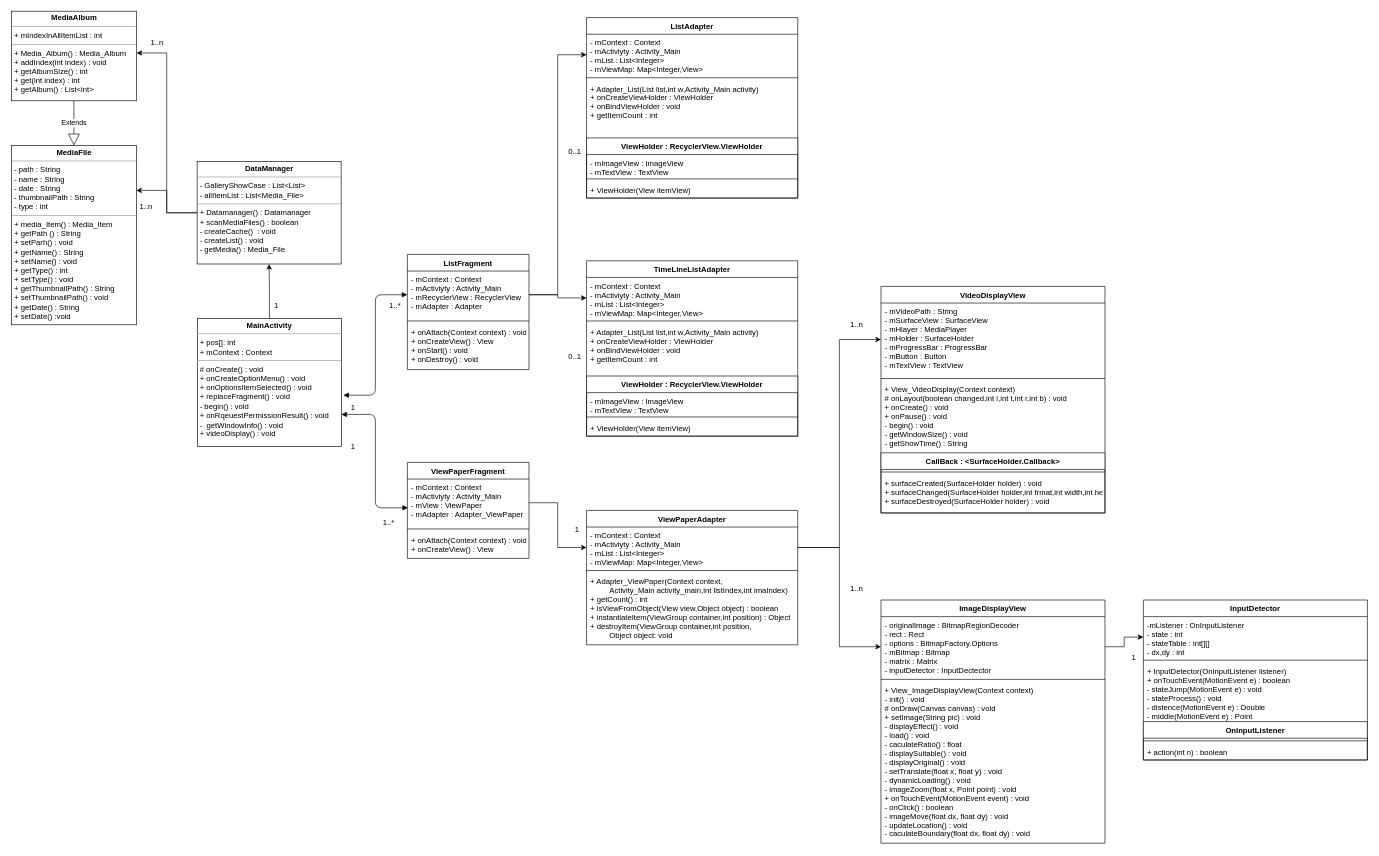
Before: doc/其他文件/TikPic (3).drawio in GalleryDemo/TikPic, a draw.io diagram. Source tidied: cells renumbered, new cells numbered last; positions are measured from the earlier drawing's top-left corner, leaving out a move shared by most shapes. Both pictures are drawn from the tidied source at 64%, with x=0, y=0 at pixel (12, 11).
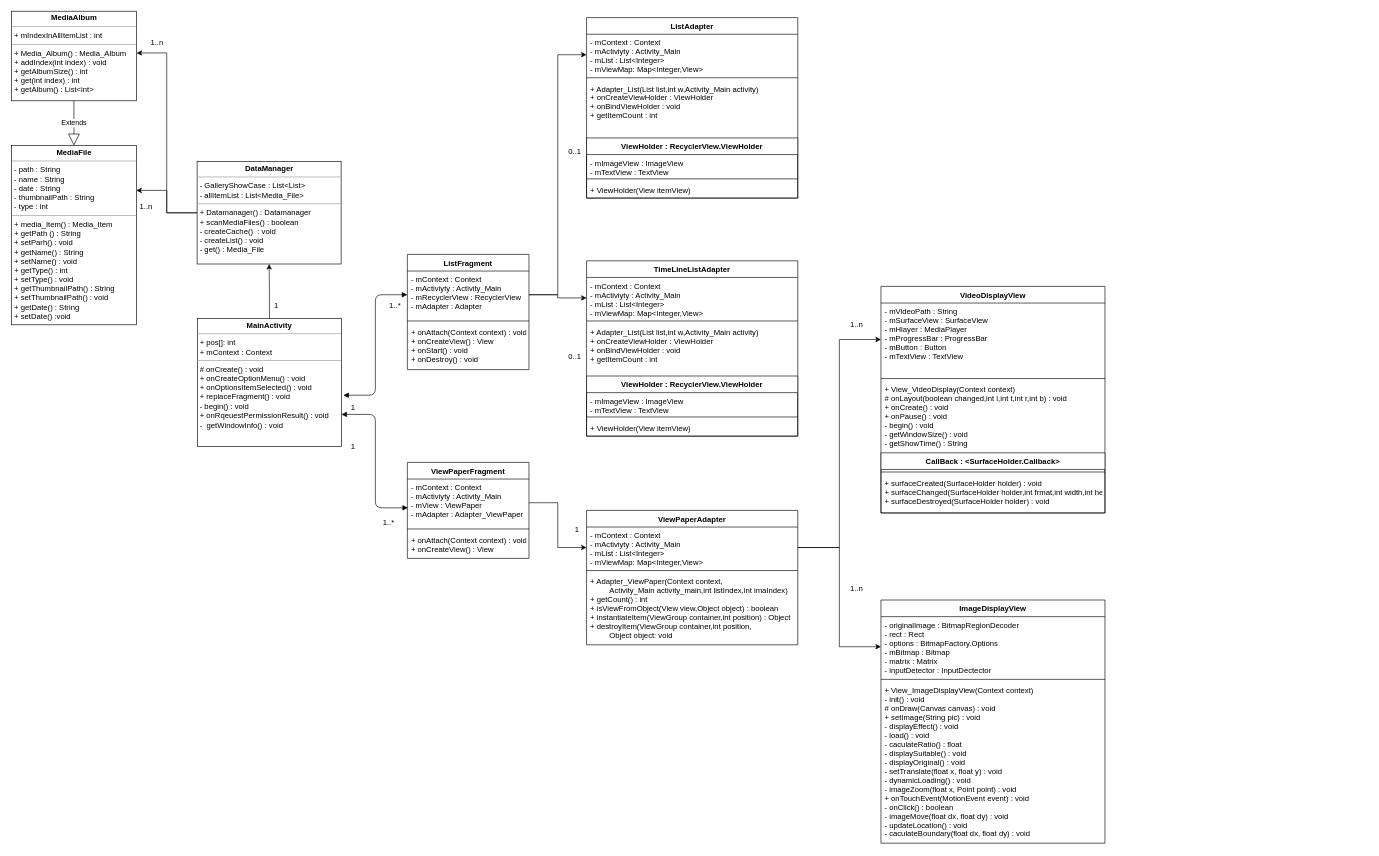
Above is the later version.

The change refers to these unchanged cells:
```xml
<mxCell id="10" value="VideoDisplayView" style="swimlane;fontStyle=1;align=center;verticalAlign=top;horizontal=1;startSize=26;gradientColor=none;swimlaneFillColor=none;fillColor=#FFFFFF;" parent="1" vertex="1">
  <mxGeometry x="1358" y="430" width="350" height="354" as="geometry" />
</mxCell>
<mxCell id="18" value="- originalImage : BitmapRegionDecoder&#10;- rect : Rect&#10;- options : BitmapFactory.Options&#10;- mBitmap : Bitmap&#10;- matrix : Matrix&#10;- inputDetector : InputDectector" style="text;strokeColor=none;fillColor=none;align=left;verticalAlign=top;spacingLeft=4;spacingRight=4;overflow=hidden;points=[[0,0.5],[1,0.5]];portConstraint=eastwest;" parent="17" vertex="1">
  <mxGeometry y="26" width="350" height="94" as="geometry" />
</mxCell>
```

Change to the diagram source:
```diff
@@
-    <mxCell id="11" value="- mVideoPath : String&#10;- mSurfaceView : SurfaceView&#10;- mHlayer : MediaPlayer&#10;- mHolder : SurfaceHolder&#10;- mProgressBar : ProgressBar&#10;- mButton : Button&#10;- mTextView : TextView" style="text;strokeColor=none;fillColor=none;align=left;verticalAlign=top;spacingLeft=4;spacingRight=4;overflow=hidden;points=[[0,0.5],[1,0.5]];portConstraint=eastwest;" parent="10" vertex="1">
+    <mxCell id="11" value="- mVideoPath : String&#10;- mSurfaceView : SurfaceView&#10;- mHlayer : MediaPlayer&#10;- mProgressBar : ProgressBar&#10;- mButton : Button&#10;- mTextView : TextView" style="text;strokeColor=none;fillColor=none;align=left;verticalAlign=top;spacingLeft=4;spacingRight=4;overflow=hidden;points=[[0,0.5],[1,0.5]];portConstraint=eastwest;" parent="10" vertex="1">
       <mxGeometry y="26" width="350" height="114" as="geometry" />
     </mxCell>
@@
-    <mxCell id="21" value="InputDetector" style="swimlane;fontStyle=1;align=center;verticalAlign=top;horizontal=1;startSize=26;gradientColor=none;swimlaneFillColor=none;fillColor=#FFFFFF;" parent="1" vertex="1">
-      <mxGeometry x="1768" y="920" width="350" height="250" as="geometry" />
-    </mxCell>
-    <mxCell id="22" value="-mListener : OnInputListener&#10;- state : int&#10;- stateTable : int[][]&#10;- dx,dy : int" style="text;strokeColor=none;fillColor=none;align=left;verticalAlign=top;spacingLeft=4;spacingRight=4;overflow=hidden;points=[[0,0.5],[1,0.5]];portConstraint=eastwest;" parent="21" vertex="1">
-      <mxGeometry y="26" width="350" height="64" as="geometry" />
-    </mxCell>
-    <mxCell id="23" style="line;strokeWidth=1;fillColor=none;align=left;verticalAlign=middle;spacingTop=-1;spacingLeft=3;spacingRight=3;labelPosition=right;" parent="21" vertex="1">
-      <mxGeometry y="90" width="350" height="8" as="geometry" />
-    </mxCell>
-    <mxCell id="24" value="+ InputDetector(OnInputListener listener)&#10;+ onTouchEvent(MotionEvent e) : boolean&#10;- stateJump(MotionEvent e) : void&#10;- stateProcess() : void&#10;- distence(MotionEvent e) : Double&#10;- middle(MotionEvent e) : Point&#10;" style="text;strokeColor=none;fillColor=none;align=left;verticalAlign=top;spacingLeft=4;spacingRight=4;overflow=hidden;" parent="21" vertex="1">
-      <mxGeometry y="98" width="350" height="92" as="geometry" />
-    </mxCell>
-    <mxCell id="25" value="OnInputListener" style="swimlane;fontStyle=1;align=center;verticalAlign=top;horizontal=1;startSize=26;fillColor=#FFFFFF;gradientColor=none;" parent="21" vertex="1">
-      <mxGeometry y="190" width="350" height="60" as="geometry" />
-    </mxCell>
-    <mxCell id="26" style="line;strokeWidth=1;fillColor=none;align=left;verticalAlign=middle;spacingTop=-1;spacingLeft=3;spacingRight=3;labelPosition=right;" parent="25" vertex="1">
-      <mxGeometry y="26" width="350" height="8" as="geometry" />
-    </mxCell>
-    <mxCell id="27" value="+ action(int n) : boolean" style="text;strokeColor=none;fillColor=none;align=left;verticalAlign=top;spacingLeft=4;spacingRight=4;overflow=hidden;" parent="25" vertex="1">
-      <mxGeometry y="34" width="350" height="26" as="geometry" />
-    </mxCell>
@@
-    <mxCell id="44" value="&lt;p style=&quot;margin: 0px ; margin-top: 4px ; text-align: center&quot;&gt;&lt;b&gt;MainActivity&lt;/b&gt;&lt;/p&gt;&lt;hr size=&quot;1&quot;&gt;&lt;p style=&quot;margin: 0px ; margin-left: 4px&quot;&gt;&lt;span&gt;+ pos[]: int&lt;/span&gt;&lt;br&gt;&lt;/p&gt;&lt;p style=&quot;margin: 0px ; margin-left: 4px&quot;&gt;+ mContext : Context&lt;/p&gt;&lt;hr size=&quot;1&quot;&gt;&lt;p style=&quot;margin: 0px ; margin-left: 4px&quot;&gt;# onCreate()&lt;b&gt;&amp;nbsp;&lt;/b&gt;: void&lt;/p&gt;&lt;p style=&quot;margin: 0px ; margin-left: 4px&quot;&gt;+ onCreateOptionMenu() : void&lt;/p&gt;&lt;p style=&quot;margin: 0px ; margin-left: 4px&quot;&gt;+ onOptionsItemSelected() : void&lt;/p&gt;&lt;p style=&quot;margin: 0px ; margin-left: 4px&quot;&gt;+ replaceFragment() : void&lt;/p&gt;&lt;p style=&quot;margin: 0px ; margin-left: 4px&quot;&gt;- begin() : void&lt;/p&gt;&lt;p style=&quot;margin: 0px ; margin-left: 4px&quot;&gt;+ onRqeuestPermissionResult() : void&lt;/p&gt;&lt;p style=&quot;margin: 0px ; margin-left: 4px&quot;&gt;&lt;span&gt;-&amp;nbsp; getWindowInfo() : void&lt;/span&gt;&lt;/p&gt;&lt;p style=&quot;margin: 0px ; margin-left: 4px&quot;&gt;+ videoDisplay() : void&amp;nbsp;&lt;/p&gt;" style="verticalAlign=top;align=left;overflow=fill;fontSize=12;fontFamily=Helvetica;html=1;" parent="1" vertex="1">
+    <mxCell id="44" value="&lt;p style=&quot;margin: 0px ; margin-top: 4px ; text-align: center&quot;&gt;&lt;b&gt;MainActivity&lt;/b&gt;&lt;/p&gt;&lt;hr size=&quot;1&quot;&gt;&lt;p style=&quot;margin: 0px ; margin-left: 4px&quot;&gt;&lt;span&gt;+ pos[]: int&lt;/span&gt;&lt;br&gt;&lt;/p&gt;&lt;p style=&quot;margin: 0px ; margin-left: 4px&quot;&gt;+ mContext : Context&lt;/p&gt;&lt;hr size=&quot;1&quot;&gt;&lt;p style=&quot;margin: 0px ; margin-left: 4px&quot;&gt;# onCreate()&lt;b&gt;&amp;nbsp;&lt;/b&gt;: void&lt;/p&gt;&lt;p style=&quot;margin: 0px ; margin-left: 4px&quot;&gt;+ onCreateOptionMenu() : void&lt;/p&gt;&lt;p style=&quot;margin: 0px ; margin-left: 4px&quot;&gt;+ onOptionsItemSelected() : void&lt;/p&gt;&lt;p style=&quot;margin: 0px ; margin-left: 4px&quot;&gt;+ replaceFragment() : void&lt;/p&gt;&lt;p style=&quot;margin: 0px ; margin-left: 4px&quot;&gt;- begin() : void&lt;/p&gt;&lt;p style=&quot;margin: 0px ; margin-left: 4px&quot;&gt;+ onRqeuestPermissionResult() : void&lt;/p&gt;&lt;p style=&quot;margin: 0px ; margin-left: 4px&quot;&gt;&lt;span&gt;-&amp;nbsp; getWindowInfo() : void&lt;/span&gt;&lt;span&gt;&amp;nbsp;&lt;/span&gt;&lt;/p&gt;" style="verticalAlign=top;align=left;overflow=fill;fontSize=12;fontFamily=Helvetica;html=1;" parent="1" vertex="1">
       <mxGeometry x="290" y="480" width="225" height="200" as="geometry" />
     </mxCell>
@@
-    <mxCell id="47" value="&lt;p style=&quot;margin: 0px ; margin-top: 4px ; text-align: center&quot;&gt;&lt;b&gt;DataManager&lt;/b&gt;&lt;/p&gt;&lt;hr size=&quot;1&quot;&gt;&lt;p style=&quot;margin: 0px ; margin-left: 4px&quot;&gt;- GalleryShowCase : List&amp;lt;List&amp;gt;&lt;/p&gt;&lt;p style=&quot;margin: 0px ; margin-left: 4px&quot;&gt;- allItemList : List&amp;lt;Media_File&amp;gt;&lt;/p&gt;&lt;hr size=&quot;1&quot;&gt;&lt;p style=&quot;margin: 0px ; margin-left: 4px&quot;&gt;+ Datamanager() : Datamanager&lt;/p&gt;&lt;p style=&quot;margin: 0px ; margin-left: 4px&quot;&gt;+ scanMediaFiles() : boolean&lt;/p&gt;&lt;p style=&quot;margin: 0px ; margin-left: 4px&quot;&gt;- createCache()&amp;nbsp; : void&lt;/p&gt;&lt;p style=&quot;margin: 0px ; margin-left: 4px&quot;&gt;- createList() : void&lt;/p&gt;&lt;p style=&quot;margin: 0px ; margin-left: 4px&quot;&gt;- getMedia() : Media_File&lt;/p&gt;" style="verticalAlign=top;align=left;overflow=fill;fontSize=12;fontFamily=Helvetica;html=1;" parent="1" vertex="1">
+    <mxCell id="47" value="&lt;p style=&quot;margin: 0px ; margin-top: 4px ; text-align: center&quot;&gt;&lt;b&gt;DataManager&lt;/b&gt;&lt;/p&gt;&lt;hr size=&quot;1&quot;&gt;&lt;p style=&quot;margin: 0px ; margin-left: 4px&quot;&gt;- GalleryShowCase : List&amp;lt;List&amp;gt;&lt;/p&gt;&lt;p style=&quot;margin: 0px ; margin-left: 4px&quot;&gt;- allItemList : List&amp;lt;Media_File&amp;gt;&lt;/p&gt;&lt;hr size=&quot;1&quot;&gt;&lt;p style=&quot;margin: 0px ; margin-left: 4px&quot;&gt;+ Datamanager() : Datamanager&lt;/p&gt;&lt;p style=&quot;margin: 0px ; margin-left: 4px&quot;&gt;+ scanMediaFiles() : boolean&lt;/p&gt;&lt;p style=&quot;margin: 0px ; margin-left: 4px&quot;&gt;- createCache()&amp;nbsp; : void&lt;/p&gt;&lt;p style=&quot;margin: 0px ; margin-left: 4px&quot;&gt;- createList() : void&lt;/p&gt;&lt;p style=&quot;margin: 0px ; margin-left: 4px&quot;&gt;- get() : Media_File&lt;/p&gt;" style="verticalAlign=top;align=left;overflow=fill;fontSize=12;fontFamily=Helvetica;html=1;" parent="1" vertex="1">
       <mxGeometry x="289.5" y="235" width="225" height="160" as="geometry" />
     </mxCell>
@@
-    <mxCell id="64" style="edgeStyle=orthogonalEdgeStyle;rounded=0;jettySize=auto;html=1;exitX=1;exitY=0.5;exitDx=0;exitDy=0;entryX=0;entryY=0.5;entryDx=0;entryDy=0;" parent="1" edge="1" source="18" target="22">
-      <mxGeometry relative="1" as="geometry" />
-    </mxCell>
-    <mxCell id="65" value="1" style="text;html=1;align=left;verticalAlign=top;spacingTop=-4;" parent="1" vertex="1">
-      <mxGeometry x="1748" y="1000" width="20" height="20" as="geometry" />
-    </mxCell>
```
